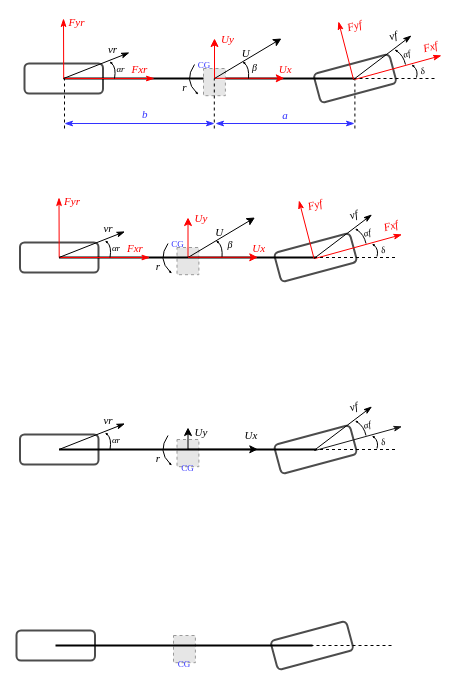
Above: page "bicycle model" (3 of 4) of 2022_MPC/Vehicle_Models.drawio in LimingGao/draw_io (draw.io), before the change. Source tidied: cells renumbered, new cells numbered last; positions are measured from the earlier drawing's top-left corner, leaving out a move shared by most shapes. Both pictures are drawn from the tidied source at 100%, with x=0, y=0 at pixel (16, 8). Pictures stored in the file or linked from it are replaced by grey dashed boxes.
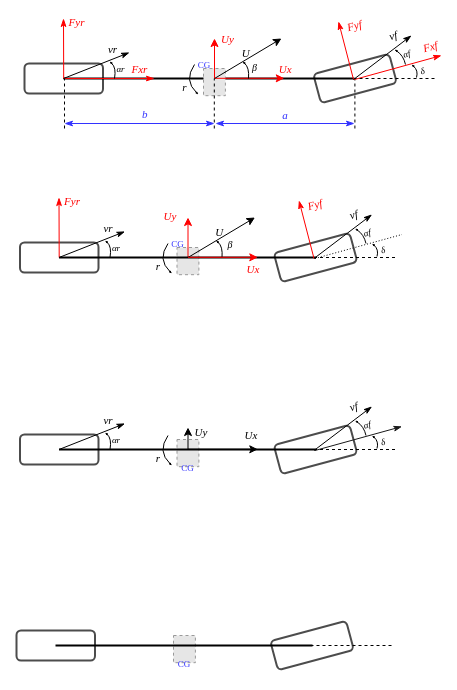
Above is the later version.

The change refers to these unchanged cells:
```xml
<mxCell id="48" style="endArrow=classic;startArrow=none;startFill=0;strokeColor=#FF0000;fontStyle=2;" parent="1" edge="1">
  <mxGeometry relative="1" as="geometry">
    <mxPoint x="171.5" y="249" as="sourcePoint" />
    <mxPoint x="171.5" y="209" as="targetPoint" />
  </mxGeometry>
</mxCell>
<mxCell id="50" style="endArrow=classic;startArrow=none;startFill=0;" parent="1" edge="1">
  <mxGeometry relative="1" as="geometry">
    <mxPoint x="171.5" y="249" as="sourcePoint" />
    <mxPoint x="238.5" y="209" as="targetPoint" />
  </mxGeometry>
</mxCell>
<mxCell id="52" style="group;" parent="1" vertex="1">
  <mxGeometry x="27.5" y="199" width="70" height="90" as="geometry" />
</mxCell>
<mxCell id="62" style="group;rotation=-15;" parent="1" vertex="1">
  <mxGeometry x="301.5" y="179" width="91" height="60" as="geometry" />
</mxCell>
```

Change to the diagram source:
```diff
@@
     <mxCell id="49" value="Uy" style="edgeLabel;align=center;verticalAlign=middle;fontFamily=Times New Roman;fontColor=#FF0000;fontStyle=2;labelBackgroundColor=none;" parent="48" vertex="1">
       <mxGeometry x="0.65" relative="1" as="geometry">
-        <mxPoint x="13" y="-7" as="offset" />
+        <mxPoint x="-18" y="-9" as="offset" />
       </mxGeometry>
     </mxCell>
@@
     <mxCell id="51" value="Ux" style="edgeLabel;align=center;verticalAlign=middle;fontFamily=Times New Roman;fontColor=#FF0000;labelBackgroundColor=none;fontStyle=2;" parent="50" vertex="1">
       <mxGeometry x="0.65" relative="1" as="geometry">
-        <mxPoint x="15.7" y="23.3" as="offset" />
+        <mxPoint x="10" y="44" as="offset" />
       </mxGeometry>
     </mxCell>
@@
-    <mxCell id="56" style="endArrow=classicThin;startArrow=none;startFill=0;strokeColor=#FF0000;endFill=1;" parent="52" edge="1">
-      <mxGeometry relative="1" as="geometry">
-        <mxPoint x="15.2" y="50" as="sourcePoint" />
-        <mxPoint x="106" y="50" as="targetPoint" />
-      </mxGeometry>
-    </mxCell>
-    <mxCell id="57" value="Fxr" style="edgeLabel;align=center;verticalAlign=middle;fontFamily=Times New Roman;fontColor=#FF0000;labelBackgroundColor=none;fontStyle=2;" parent="56" vertex="1">
-      <mxGeometry x="0.63" y="-2" relative="1" as="geometry">
-        <mxPoint x="1.7" y="-11.8" as="offset" />
-      </mxGeometry>
-    </mxCell>
@@
-    <mxCell id="65" style="endArrow=classicThin;startArrow=none;startFill=0;strokeColor=#FF0000;endFill=1;" parent="62" edge="1">
+    <mxCell id="65" style="endArrow=none;startArrow=none;startFill=0;strokeColor=#000000;endFill=0;dashed=1;dashPattern=1 2;" parent="62" edge="1">
       <mxGeometry relative="1" as="geometry">
         <mxPoint x="-3" y="71" as="sourcePoint" />
         <mxPoint x="84" y="47" as="targetPoint" />
       </mxGeometry>
     </mxCell>
-    <mxCell id="66" value="Fxf" style="edgeLabel;align=center;verticalAlign=middle;fontFamily=Times New Roman;fontColor=#FF0000;labelBackgroundColor=none;rotation=-15;fontStyle=2;" parent="65" vertex="1">
-      <mxGeometry x="0.63" y="-2" relative="1" as="geometry">
-        <mxPoint x="3.7" y="-15.8" as="offset" />
-      </mxGeometry>
-    </mxCell>
```
